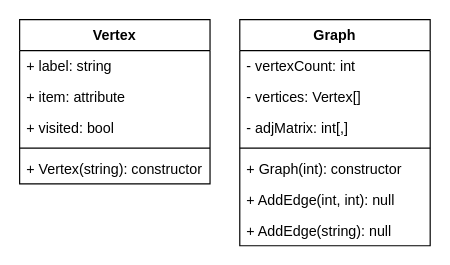
eduardojaime/CsharpDataStructures keeps this draw.io diagram as Diagrams/Graphs.drawio. Above is the earlier version. Source tidied: cells renumbered, new cells numbered last; positions are measured from the earlier drawing's top-left corner, leaving out a move shared by most shapes. Both pictures are drawn from the tidied source at 119%, with x=0, y=0 at pixel (19, 19).
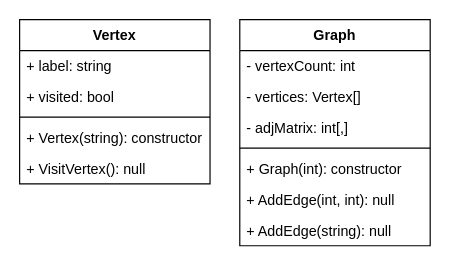
After the change.

Commit message (it also covers changes not shown here):
Added Graph class diagram

Change to the diagram source:
```diff
@@
 <mxGraphModel>
   <root>
     <mxCell id="0" />
     <mxCell id="1" parent="0" />
     <mxCell id="2" value="Vertex" style="swimlane;fontStyle=1;align=center;verticalAlign=top;horizontal=1;startSize=26;" parent="1" vertex="1">
       <mxGeometry width="160" height="138" as="geometry" />
     </mxCell>
     <mxCell id="3" value="+ label: string" style="text;strokeColor=none;fillColor=none;align=left;verticalAlign=top;spacingLeft=4;spacingRight=4;overflow=hidden;" parent="2" vertex="1">
       <mxGeometry y="26" width="160" height="26" as="geometry" />
     </mxCell>
-    <mxCell id="4" value="+ item: attribute" style="text;strokeColor=none;fillColor=none;align=left;verticalAlign=top;spacingLeft=4;spacingRight=4;overflow=hidden;" parent="2" vertex="1">
-      <mxGeometry y="52" width="160" height="26" as="geometry" />
-    </mxCell>
     <mxCell id="5" value="+ visited: bool" style="text;strokeColor=none;fillColor=none;align=left;verticalAlign=top;spacingLeft=4;spacingRight=4;overflow=hidden;" parent="2" vertex="1">
-      <mxGeometry y="78" width="160" height="26" as="geometry" />
+      <mxGeometry y="52" width="160" height="26" as="geometry" />
     </mxCell>
     <mxCell id="6" style="line;strokeWidth=1;fillColor=none;align=left;verticalAlign=middle;spacingTop=-1;spacingLeft=3;spacingRight=3;labelPosition=right;" parent="2" vertex="1">
-      <mxGeometry y="104" width="160" height="8" as="geometry" />
+      <mxGeometry y="78" width="160" height="8" as="geometry" />
     </mxCell>
     <mxCell id="7" value="+ Vertex(string): constructor" style="text;strokeColor=none;fillColor=none;align=left;verticalAlign=top;spacingLeft=4;spacingRight=4;overflow=hidden;" parent="2" vertex="1">
-      <mxGeometry y="112" width="160" height="26" as="geometry" />
+      <mxGeometry y="86" width="160" height="26" as="geometry" />
     </mxCell>
+    <mxCell id="16" value="+ VisitVertex(): null" style="text;strokeColor=none;fillColor=none;align=left;verticalAlign=top;spacingLeft=4;spacingRight=4;overflow=hidden;" parent="2" vertex="1">
+      <mxGeometry y="112" width="160" height="26" as="geometry" />
+    </mxCell>
     <mxCell id="8" value="Graph" style="swimlane;fontStyle=1;align=center;verticalAlign=top;horizontal=1;startSize=26;" parent="1" vertex="1">
       <mxGeometry x="185" width="160" height="190" as="geometry" />
     </mxCell>
     <mxCell id="9" value="- vertexCount: int" style="text;strokeColor=none;fillColor=none;align=left;verticalAlign=top;spacingLeft=4;spacingRight=4;overflow=hidden;" parent="8" vertex="1">
       <mxGeometry y="26" width="160" height="26" as="geometry" />
     </mxCell>
     <mxCell id="10" value="- vertices: Vertex[]" style="text;strokeColor=none;fillColor=none;align=left;verticalAlign=top;spacingLeft=4;spacingRight=4;overflow=hidden;" parent="8" vertex="1">
       <mxGeometry y="52" width="160" height="26" as="geometry" />
     </mxCell>
     <mxCell id="11" value="- adjMatrix: int[,]" style="text;strokeColor=none;fillColor=none;align=left;verticalAlign=top;spacingLeft=4;spacingRight=4;overflow=hidden;" parent="8" vertex="1">
       <mxGeometry y="78" width="160" height="26" as="geometry" />
     </mxCell>
     <mxCell id="12" style="line;strokeWidth=1;fillColor=none;align=left;verticalAlign=middle;spacingTop=-1;spacingLeft=3;spacingRight=3;labelPosition=right;" parent="8" vertex="1">
       <mxGeometry y="104" width="160" height="8" as="geometry" />
     </mxCell>
     <mxCell id="13" value="+ Graph(int): constructor" style="text;strokeColor=none;fillColor=none;align=left;verticalAlign=top;spacingLeft=4;spacingRight=4;overflow=hidden;" parent="8" vertex="1">
       <mxGeometry y="112" width="160" height="26" as="geometry" />
     </mxCell>
     <mxCell id="14" value="+ AddEdge(int, int): null" style="text;strokeColor=none;fillColor=none;align=left;verticalAlign=top;spacingLeft=4;spacingRight=4;overflow=hidden;" parent="8" vertex="1">
       <mxGeometry y="138" width="160" height="26" as="geometry" />
     </mxCell>
     <mxCell id="15" value="+ AddEdge(string): null" style="text;strokeColor=none;fillColor=none;align=left;verticalAlign=top;spacingLeft=4;spacingRight=4;overflow=hidden;" parent="8" vertex="1">
       <mxGeometry y="164" width="160" height="26" as="geometry" />
     </mxCell>
   </root>
 </mxGraphModel>
```
